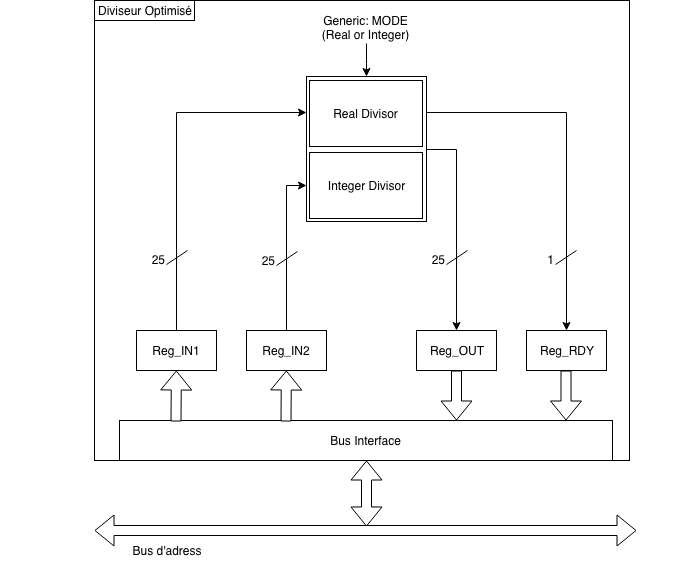
Devdevdavid/ProceXeirb keeps this draw.io diagram as doc/schema_and_logo/optimumDivisor.png. Above is the earlier version. Source tidied: cells renumbered, new cells last; positions are measured from the earlier drawing's top-left corner, leaving out a move shared by most shapes.
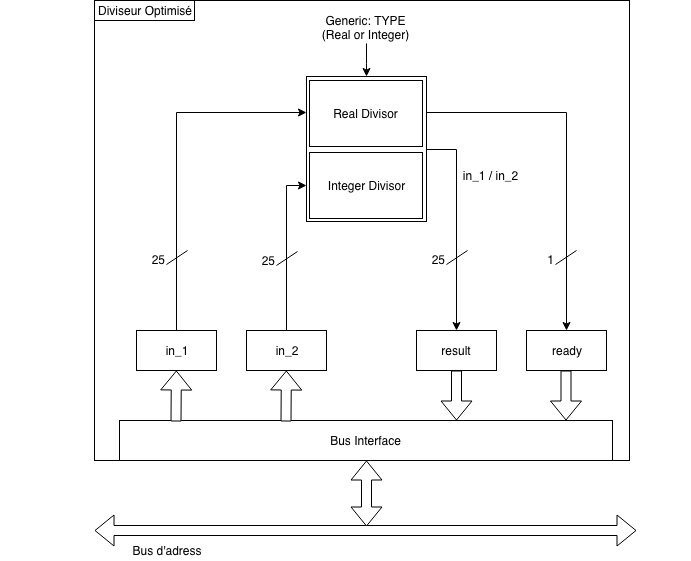
The same file after the commit.

Commit message:
Ajout de la division par Optimum Divisor, Anticipation de l'arrivée de TNE

Diff of the diagram source:
```diff
@@ -15,19 +15,19 @@
         </Array>
       </mxGeometry>
     </mxCell>
-    <mxCell id="5" value="Reg_IN1" style="rounded=0;whiteSpace=wrap;html=1;strokeColor=#000000;" parent="1" vertex="1">
+    <mxCell id="5" value="in_1" style="rounded=0;whiteSpace=wrap;html=1;strokeColor=#000000;" parent="1" vertex="1">
       <mxGeometry x="136" y="330" width="80" height="40" as="geometry" />
     </mxCell>
     <mxCell id="6" style="edgeStyle=orthogonalEdgeStyle;rounded=0;jettySize=auto;html=1;fillColor=#ffffff;entryX=0;entryY=0.75;entryDx=0;entryDy=0;" parent="1" edge="1" source="7" target="21">
       <mxGeometry relative="1" as="geometry" />
     </mxCell>
-    <mxCell id="7" value="Reg_IN2&lt;br&gt;" style="rounded=0;whiteSpace=wrap;html=1;strokeColor=#000000;" parent="1" vertex="1">
+    <mxCell id="7" value="in_2&lt;br&gt;" style="rounded=0;whiteSpace=wrap;html=1;strokeColor=#000000;" parent="1" vertex="1">
       <mxGeometry x="246" y="330" width="80" height="40" as="geometry" />
     </mxCell>
-    <mxCell id="8" value="Reg_OUT&lt;br&gt;" style="rounded=0;whiteSpace=wrap;html=1;strokeColor=#000000;" parent="1" vertex="1">
+    <mxCell id="8" value="result" style="rounded=0;whiteSpace=wrap;html=1;strokeColor=#000000;" parent="1" vertex="1">
       <mxGeometry x="416" y="330" width="80" height="40" as="geometry" />
     </mxCell>
-    <mxCell id="9" value="Reg_RDY&lt;br&gt;" style="rounded=0;whiteSpace=wrap;html=1;strokeColor=#000000;" parent="1" vertex="1">
+    <mxCell id="9" value="ready&lt;br&gt;" style="rounded=0;whiteSpace=wrap;html=1;strokeColor=#000000;" parent="1" vertex="1">
       <mxGeometry x="526" y="330" width="80" height="40" as="geometry" />
     </mxCell>
     <mxCell id="10" value="Bus Interface" style="rounded=0;whiteSpace=wrap;html=1;strokeColor=#000000;" parent="1" vertex="1">
@@ -95,7 +95,7 @@
     <mxCell id="24" style="edgeStyle=orthogonalEdgeStyle;rounded=0;jettySize=auto;html=1;fillColor=#ffffff;entryX=0.5;entryY=0;entryDx=0;entryDy=0;" parent="1" edge="1" source="25" target="21">
       <mxGeometry relative="1" as="geometry" />
     </mxCell>
-    <mxCell id="25" value="Generic: MODE (Real or Integer)" style="text;html=1;strokeColor=none;fillColor=none;align=center;verticalAlign=middle;whiteSpace=wrap;rounded=0;" parent="1" vertex="1">
+    <mxCell id="25" value="Generic: TYPE (Real or Integer)" style="text;html=1;strokeColor=none;fillColor=none;align=center;verticalAlign=middle;whiteSpace=wrap;rounded=0;" parent="1" vertex="1">
       <mxGeometry x="316" y="11" width="99" height="32" as="geometry" />
     </mxCell>
     <mxCell id="26" style="group;" parent="1" vertex="1">
@@ -142,5 +142,8 @@
     <mxCell id="37" value="&lt;div style=&quot;text-align: right&quot;&gt;&lt;span&gt;1&lt;/span&gt;&lt;/div&gt;" style="text;html=1;strokeColor=none;fillColor=none;align=right;verticalAlign=middle;whiteSpace=wrap;rounded=0;" parent="35" vertex="1">
       <mxGeometry width="40" height="20" as="geometry" />
     </mxCell>
+    <mxCell id="38" value="in_1 / in_2" style="text;html=1;strokeColor=none;fillColor=none;align=center;verticalAlign=middle;whiteSpace=wrap;rounded=0;" parent="1" vertex="1">
+      <mxGeometry x="456" y="165" width="67" height="20" as="geometry" />
+    </mxCell>
   </root>
 </mxGraphModel>
```
